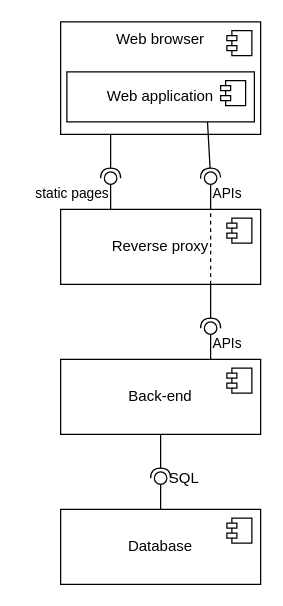
Before: src/assets/cnc.drawio in dnhansen/livinglab-docs, a draw.io diagram. Source tidied: cells renumbered, new cells numbered last; positions are measured from the earlier drawing's top-left corner, leaving out a move shared by most shapes. Both pictures are drawn from the tidied source at 125%, with x=0, y=0 at pixel (60, 21).
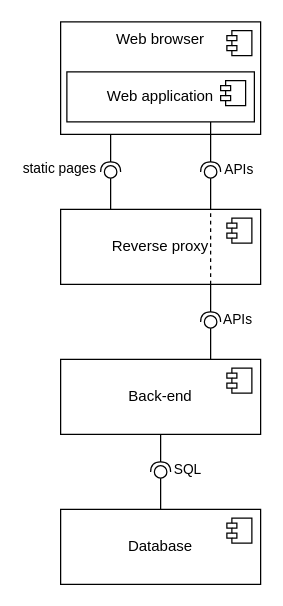
The same page after the edit.

The change refers to these unchanged cells:
```xml
<mxCell id="2" value="Web browser" style="html=1;whiteSpace=wrap;verticalAlign=top;align=center;" parent="1" vertex="1">
  <mxGeometry width="160" height="90" as="geometry" />
</mxCell>
<mxCell id="4" value="Web application" style="html=1;whiteSpace=wrap;" parent="1" vertex="1">
  <mxGeometry x="5" y="40" width="150" height="40" as="geometry" />
</mxCell>
<mxCell id="6" value="Reverse proxy" style="html=1;whiteSpace=wrap;" parent="1" vertex="1">
  <mxGeometry y="150" width="160" height="60" as="geometry" />
</mxCell>
<mxCell id="8" value="Back-end" style="html=1;whiteSpace=wrap;" parent="1" vertex="1">
  <mxGeometry y="270" width="160" height="60" as="geometry" />
</mxCell>
<mxCell id="10" value="Database" style="html=1;whiteSpace=wrap;" parent="1" vertex="1">
  <mxGeometry y="390" width="160" height="60" as="geometry" />
</mxCell>
```

What changed in the source:
```diff
@@
-    <mxCell id="12" style="rounded=0;jettySize=auto;html=1;endArrow=halfCircle;endFill=0;endSize=6;strokeWidth=1;sketch=0;exitX=0.5;exitY=1;exitDx=0;exitDy=0;" parent="1" edge="1" source="8" target="14">
-      <mxGeometry relative="1" as="geometry" />
-    </mxCell>
-    <mxCell id="13" style="rounded=0;jettySize=auto;html=1;endArrow=oval;endFill=0;sketch=0;sourcePerimeterSpacing=0;targetPerimeterSpacing=0;endSize=10;exitX=0.5;exitY=0;exitDx=0;exitDy=0;" parent="1" edge="1" source="10" target="14">
-      <mxGeometry relative="1" as="geometry" />
-    </mxCell>
+    <mxCell id="21" style="endArrow=none;dashed=1;html=1;rounded=0;entryX=0.75;entryY=0;entryDx=0;entryDy=0;exitX=0.75;exitY=1;exitDx=0;exitDy=0;" parent="1" edge="1" source="6" target="6">
+      <mxGeometry relative="1" as="geometry" />
+    </mxCell>
+    <mxCell id="22" style="rounded=0;jettySize=auto;html=1;endArrow=halfCircle;endFill=0;endSize=6;strokeWidth=1;sketch=0;exitX=0.25;exitY=1;exitDx=0;exitDy=0;" parent="1" edge="1" source="2">
+      <mxGeometry relative="1" as="geometry">
+        <mxPoint x="40" y="120" as="targetPoint" />
+      </mxGeometry>
+    </mxCell>
+    <mxCell id="23" style="rounded=0;jettySize=auto;html=1;endArrow=oval;endFill=0;sketch=0;sourcePerimeterSpacing=0;targetPerimeterSpacing=0;endSize=10;exitX=0.25;exitY=0;exitDx=0;exitDy=0;" parent="1" edge="1" source="6">
+      <mxGeometry relative="1" as="geometry">
+        <mxPoint x="40" y="120" as="targetPoint" />
+      </mxGeometry>
+    </mxCell>
+    <mxCell id="16" value="static pages" style="text;html=1;align=center;verticalAlign=middle;whiteSpace=wrap;rounded=0;labelBackgroundColor=default;fontSize=11;spacingBottom=0;" parent="1" vertex="1">
+      <mxGeometry x="-31" y="110" width="61" height="14" as="geometry" />
+    </mxCell>
+    <mxCell id="24" style="rounded=0;jettySize=auto;html=1;endArrow=halfCircle;endFill=0;endSize=6;strokeWidth=1;jumpSize=6;jumpStyle=none;flowAnimation=0;strokeColor=default;curved=0;targetPerimeterSpacing=0;sourcePerimeterSpacing=0;startSize=6;" parent="1" edge="1" target="26">
+      <mxGeometry relative="1" as="geometry">
+        <mxPoint x="120" y="80" as="sourcePoint" />
+      </mxGeometry>
+    </mxCell>
+    <mxCell id="25" style="rounded=0;jettySize=auto;html=1;endArrow=oval;endFill=0;sketch=0;sourcePerimeterSpacing=0;targetPerimeterSpacing=0;endSize=10;" parent="1" edge="1" target="26">
+      <mxGeometry relative="1" as="geometry">
+        <mxPoint x="120" y="150" as="sourcePoint" />
+      </mxGeometry>
+    </mxCell>
+    <mxCell id="26" style="ellipse;whiteSpace=wrap;html=1;align=center;fillColor=none;strokeColor=none;perimeter=centerPerimeter;points=[];outlineConnect=1;" parent="1" vertex="1">
+      <mxGeometry x="115" y="115" width="10" height="10" as="geometry" />
+    </mxCell>
+    <mxCell id="27" value="APIs" style="text;html=1;align=center;verticalAlign=middle;whiteSpace=wrap;rounded=0;labelBackgroundColor=default;fontSize=11;spacingBottom=0;" parent="1" vertex="1">
+      <mxGeometry x="130" y="111" width="26" height="14" as="geometry" />
+    </mxCell>
+    <mxCell id="28" style="rounded=0;jettySize=auto;html=1;endArrow=halfCircle;endFill=0;endSize=6;strokeWidth=1;sketch=0;exitX=0.75;exitY=1;exitDx=0;exitDy=0;" parent="1" edge="1" source="6" target="30">
+      <mxGeometry relative="1" as="geometry" />
+    </mxCell>
+    <mxCell id="29" style="rounded=0;jettySize=auto;html=1;endArrow=oval;endFill=0;sketch=0;sourcePerimeterSpacing=0;targetPerimeterSpacing=0;endSize=10;exitX=0.75;exitY=0;exitDx=0;exitDy=0;" parent="1" edge="1" source="8" target="30">
+      <mxGeometry relative="1" as="geometry" />
+    </mxCell>
+    <mxCell id="30" style="ellipse;whiteSpace=wrap;html=1;align=center;fillColor=none;strokeColor=none;perimeter=centerPerimeter;points=[];outlineConnect=1;" parent="1" vertex="1">
+      <mxGeometry x="115" y="235" width="10" height="10" as="geometry" />
+    </mxCell>
+    <mxCell id="31" value="APIs" style="text;html=1;align=center;verticalAlign=middle;whiteSpace=wrap;rounded=0;labelBackgroundColor=default;fontSize=11;spacingBottom=0;" parent="1" vertex="1">
+      <mxGeometry x="129" y="231" width="26" height="14" as="geometry" />
+    </mxCell>
+    <mxCell id="32" style="rounded=0;jettySize=auto;html=1;endArrow=halfCircle;endFill=0;endSize=6;strokeWidth=1;sketch=0;exitX=0.5;exitY=1;exitDx=0;exitDy=0;" parent="1" edge="1" source="8" target="34">
+      <mxGeometry relative="1" as="geometry" />
+    </mxCell>
+    <mxCell id="33" style="rounded=0;jettySize=auto;html=1;endArrow=oval;endFill=0;sketch=0;sourcePerimeterSpacing=0;targetPerimeterSpacing=0;endSize=10;exitX=0.5;exitY=0;exitDx=0;exitDy=0;" parent="1" edge="1" source="10" target="34">
+      <mxGeometry relative="1" as="geometry" />
+    </mxCell>
+    <mxCell id="34" style="ellipse;whiteSpace=wrap;html=1;align=center;fillColor=none;strokeColor=none;perimeter=centerPerimeter;points=[];outlineConnect=1;" parent="1" vertex="1">
+      <mxGeometry x="75" y="355" width="10" height="10" as="geometry" />
+    </mxCell>
-    <mxCell id="14" value="SQL" style="ellipse;whiteSpace=wrap;html=1;align=left;fillColor=none;strokeColor=none;perimeter=centerPerimeter;points=[];outlineConnect=1;labelPosition=right;verticalLabelPosition=middle;verticalAlign=middle;" parent="1" vertex="1">
-      <mxGeometry x="75" y="360" width="10" height="10" as="geometry" />
+    <mxCell id="14" value="SQL" style="text;html=1;align=center;verticalAlign=middle;whiteSpace=wrap;rounded=0;labelBackgroundColor=default;fontSize=11;spacingBottom=0;" parent="1" vertex="1">
+      <mxGeometry x="89" y="351" width="26" height="14" as="geometry" />
     </mxCell>
-    <mxCell id="15" style="rounded=0;orthogonalLoop=1;jettySize=auto;html=1;endArrow=halfCircle;endFill=0;endSize=6;strokeWidth=1;sketch=0;exitX=0.5;exitY=1;exitDx=0;exitDy=0;" parent="1" edge="1">
-      <mxGeometry relative="1" as="geometry">
-        <mxPoint x="40" y="90" as="sourcePoint" />
-        <mxPoint x="40" y="125" as="targetPoint" />
-      </mxGeometry>
-    </mxCell>
-    <mxCell id="16" value="static pages" style="rounded=0;orthogonalLoop=1;jettySize=auto;html=1;endArrow=oval;endFill=0;sketch=0;sourcePerimeterSpacing=0;targetPerimeterSpacing=0;endSize=10;exitX=0.5;exitY=0;exitDx=0;exitDy=0;align=right;" parent="1" edge="1">
-      <mxGeometry relative="1" as="geometry">
-        <mxPoint x="40" y="150" as="sourcePoint" />
-        <mxPoint x="40" y="125" as="targetPoint" />
-      </mxGeometry>
-    </mxCell>
-    <mxCell id="17" style="rounded=0;jettySize=auto;html=1;endArrow=halfCircle;endFill=0;endSize=6;strokeWidth=1;sketch=0;exitX=0.75;exitY=1;exitDx=0;exitDy=0;" parent="1" edge="1" source="4">
-      <mxGeometry relative="1" as="geometry">
-        <mxPoint x="120" y="125" as="targetPoint" />
-      </mxGeometry>
-    </mxCell>
-    <mxCell id="18" value="APIs" style="rounded=0;orthogonalLoop=1;jettySize=auto;html=1;endArrow=oval;endFill=0;sketch=0;sourcePerimeterSpacing=0;targetPerimeterSpacing=0;endSize=10;exitX=0.5;exitY=0;exitDx=0;exitDy=0;align=left;" parent="1" edge="1">
-      <mxGeometry relative="1" as="geometry">
-        <mxPoint x="120" y="150" as="sourcePoint" />
-        <mxPoint x="120" y="125" as="targetPoint" />
-      </mxGeometry>
-    </mxCell>
-    <mxCell id="19" style="rounded=0;orthogonalLoop=1;jettySize=auto;html=1;endArrow=halfCircle;endFill=0;endSize=6;strokeWidth=1;sketch=0;exitX=0.5;exitY=1;exitDx=0;exitDy=0;" parent="1" edge="1">
-      <mxGeometry relative="1" as="geometry">
-        <mxPoint x="120" y="210" as="sourcePoint" />
-        <mxPoint x="120" y="245" as="targetPoint" />
-      </mxGeometry>
-    </mxCell>
-    <mxCell id="20" value="APIs" style="rounded=0;orthogonalLoop=1;jettySize=auto;html=1;endArrow=oval;endFill=0;sketch=0;sourcePerimeterSpacing=0;targetPerimeterSpacing=0;endSize=10;exitX=0.5;exitY=0;exitDx=0;exitDy=0;align=left;" parent="1" edge="1">
-      <mxGeometry relative="1" as="geometry">
-        <mxPoint x="120" y="270" as="sourcePoint" />
-        <mxPoint x="120" y="245" as="targetPoint" />
-      </mxGeometry>
-    </mxCell>
-    <mxCell id="21" style="endArrow=none;dashed=1;html=1;rounded=0;entryX=0.75;entryY=0;entryDx=0;entryDy=0;exitX=0.75;exitY=1;exitDx=0;exitDy=0;" parent="1" edge="1" source="6" target="6">
-      <mxGeometry relative="1" as="geometry" />
-    </mxCell>
```
